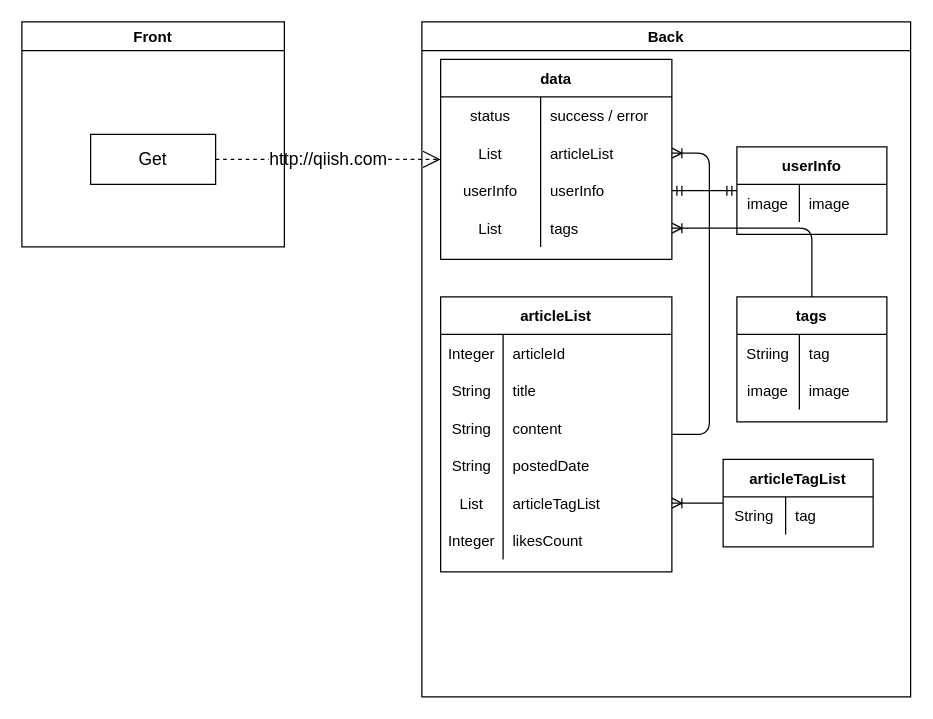
This is page "[トップページ]記事一覧" (2 of 16) of Designs/基本設計.drawio from yusuke-rakus/Qiish, a draw.io file, before an edit. Source tidied: cells renumbered, new cells numbered last; positions are measured from the earlier drawing's top-left corner, leaving out a move shared by most shapes. Both pictures are drawn from the tidied source at 125%, with x=0, y=0 at pixel (21, 21).
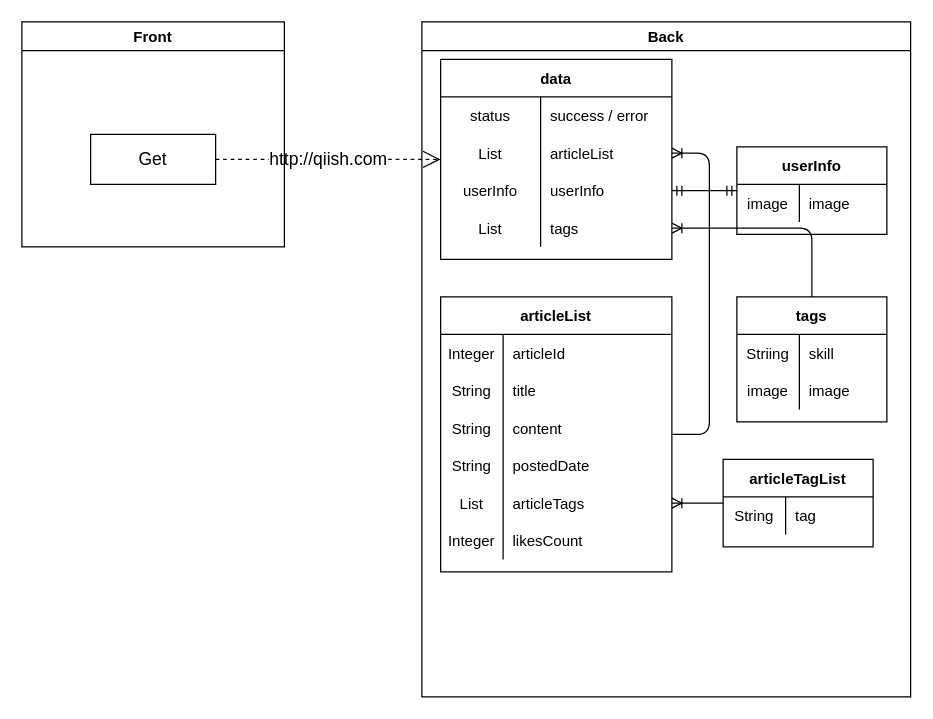
Above is the later version.

The change refers to these unchanged cells:
```xml
<mxCell id="29" style="shape=partialRectangle;fillColor=none;top=0;left=0;bottom=0;right=0;points=[[0,0.5],[1,0.5]];portConstraint=eastwest;" parent="16" vertex="1">
  <mxGeometry y="150" width="185" height="30" as="geometry" />
</mxCell>
<mxCell id="47" style="shape=partialRectangle;fillColor=none;top=0;left=0;bottom=0;right=0;" parent="46" vertex="1">
  <mxGeometry y="30" width="120" height="30" as="geometry" />
</mxCell>
```

Change to the diagram source:
```diff
@@
-    <mxCell id="31" value="articleTagList" style="shape=partialRectangle;fillColor=none;top=0;left=0;bottom=0;right=0;align=left;spacingLeft=6;overflow=hidden;" parent="29" vertex="1">
+    <mxCell id="31" value="articleTags" style="shape=partialRectangle;fillColor=none;top=0;left=0;bottom=0;right=0;align=left;spacingLeft=6;overflow=hidden;" parent="29" vertex="1">
       <mxGeometry x="50" width="135" height="30" as="geometry" />
     </mxCell>
@@
-    <mxCell id="49" value="tag" style="shape=partialRectangle;fillColor=none;top=0;left=0;bottom=0;right=0;align=left;spacingLeft=6;overflow=hidden;" parent="47" vertex="1">
+    <mxCell id="49" value="skill" style="shape=partialRectangle;fillColor=none;top=0;left=0;bottom=0;right=0;align=left;spacingLeft=6;overflow=hidden;" parent="47" vertex="1">
       <mxGeometry x="50" width="70" height="30" as="geometry" />
     </mxCell>
```
